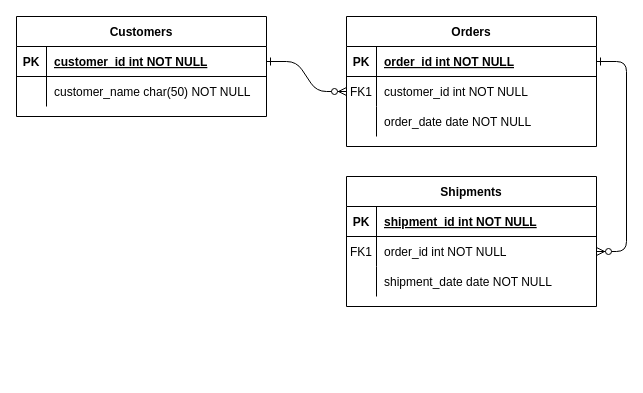
Above: knowingasset Diagram.drawio in steve92son/test (draw.io), before the change. Source tidied: cells renumbered, new cells numbered last; positions are measured from the earlier drawing's top-left corner, leaving out a move shared by most shapes. Both pictures are drawn from the tidied source at 100%, with x=0, y=0 at pixel (16, 16).
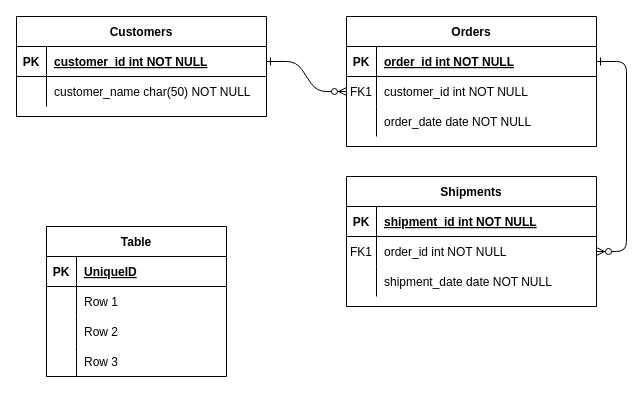
The same page after the edit.

The edit, as a diff of the source:
```diff
@@
+    <mxCell id="31" value="Table" style="shape=table;startSize=30;childLayout=tableLayout;rowLines=0;fontStyle=1;align=center;" parent="1" vertex="1">
+      <mxGeometry x="30" y="210" width="180" height="150" as="geometry" />
+    </mxCell>
+    <mxCell id="32" style="shape=tableRow;horizontal=0;startSize=0;swimlaneHead=0;swimlaneBody=0;fillColor=none;top=0;left=0;right=0;bottom=1;" parent="31" vertex="1">
+      <mxGeometry y="30" width="180" height="30" as="geometry" />
+    </mxCell>
+    <mxCell id="33" value="PK" style="shape=partialRectangle;fillColor=none;top=0;left=0;bottom=0;right=0;fontStyle=1;overflow=hidden;" parent="32" vertex="1">
+      <mxGeometry width="30" height="30" as="geometry" />
+    </mxCell>
+    <mxCell id="34" value="UniqueID" style="shape=partialRectangle;fillColor=none;top=0;left=0;bottom=0;right=0;align=left;spacingLeft=6;fontStyle=5;overflow=hidden;" parent="32" vertex="1">
+      <mxGeometry x="30" width="150" height="30" as="geometry" />
+    </mxCell>
+    <mxCell id="35" style="shape=tableRow;horizontal=0;startSize=0;swimlaneHead=0;swimlaneBody=0;fillColor=none;top=0;left=0;right=0;bottom=0;" parent="31" vertex="1">
+      <mxGeometry y="60" width="180" height="30" as="geometry" />
+    </mxCell>
+    <mxCell id="36" style="shape=partialRectangle;fillColor=none;top=0;left=0;bottom=0;right=0;overflow=hidden;" parent="35" vertex="1">
+      <mxGeometry width="30" height="30" as="geometry" />
+    </mxCell>
+    <mxCell id="37" value="Row 1" style="shape=partialRectangle;fillColor=none;top=0;left=0;bottom=0;right=0;align=left;spacingLeft=6;overflow=hidden;" parent="35" vertex="1">
+      <mxGeometry x="30" width="150" height="30" as="geometry" />
+    </mxCell>
+    <mxCell id="38" style="shape=tableRow;horizontal=0;startSize=0;swimlaneHead=0;swimlaneBody=0;fillColor=none;top=0;left=0;right=0;bottom=0;" parent="31" vertex="1">
+      <mxGeometry y="90" width="180" height="30" as="geometry" />
+    </mxCell>
+    <mxCell id="39" style="shape=partialRectangle;fillColor=none;top=0;left=0;bottom=0;right=0;overflow=hidden;" parent="38" vertex="1">
+      <mxGeometry width="30" height="30" as="geometry" />
+    </mxCell>
+    <mxCell id="40" value="Row 2" style="shape=partialRectangle;fillColor=none;top=0;left=0;bottom=0;right=0;align=left;spacingLeft=6;overflow=hidden;" parent="38" vertex="1">
+      <mxGeometry x="30" width="150" height="30" as="geometry" />
+    </mxCell>
+    <mxCell id="41" style="shape=tableRow;horizontal=0;startSize=0;swimlaneHead=0;swimlaneBody=0;fillColor=none;top=0;left=0;right=0;bottom=0;" parent="31" vertex="1">
+      <mxGeometry y="120" width="180" height="30" as="geometry" />
+    </mxCell>
+    <mxCell id="42" style="shape=partialRectangle;fillColor=none;top=0;left=0;bottom=0;right=0;overflow=hidden;" parent="41" vertex="1">
+      <mxGeometry width="30" height="30" as="geometry" />
+    </mxCell>
+    <mxCell id="43" value="Row 3" style="shape=partialRectangle;fillColor=none;top=0;left=0;bottom=0;right=0;align=left;spacingLeft=6;overflow=hidden;" parent="41" vertex="1">
+      <mxGeometry x="30" width="150" height="30" as="geometry" />
+    </mxCell>
```
